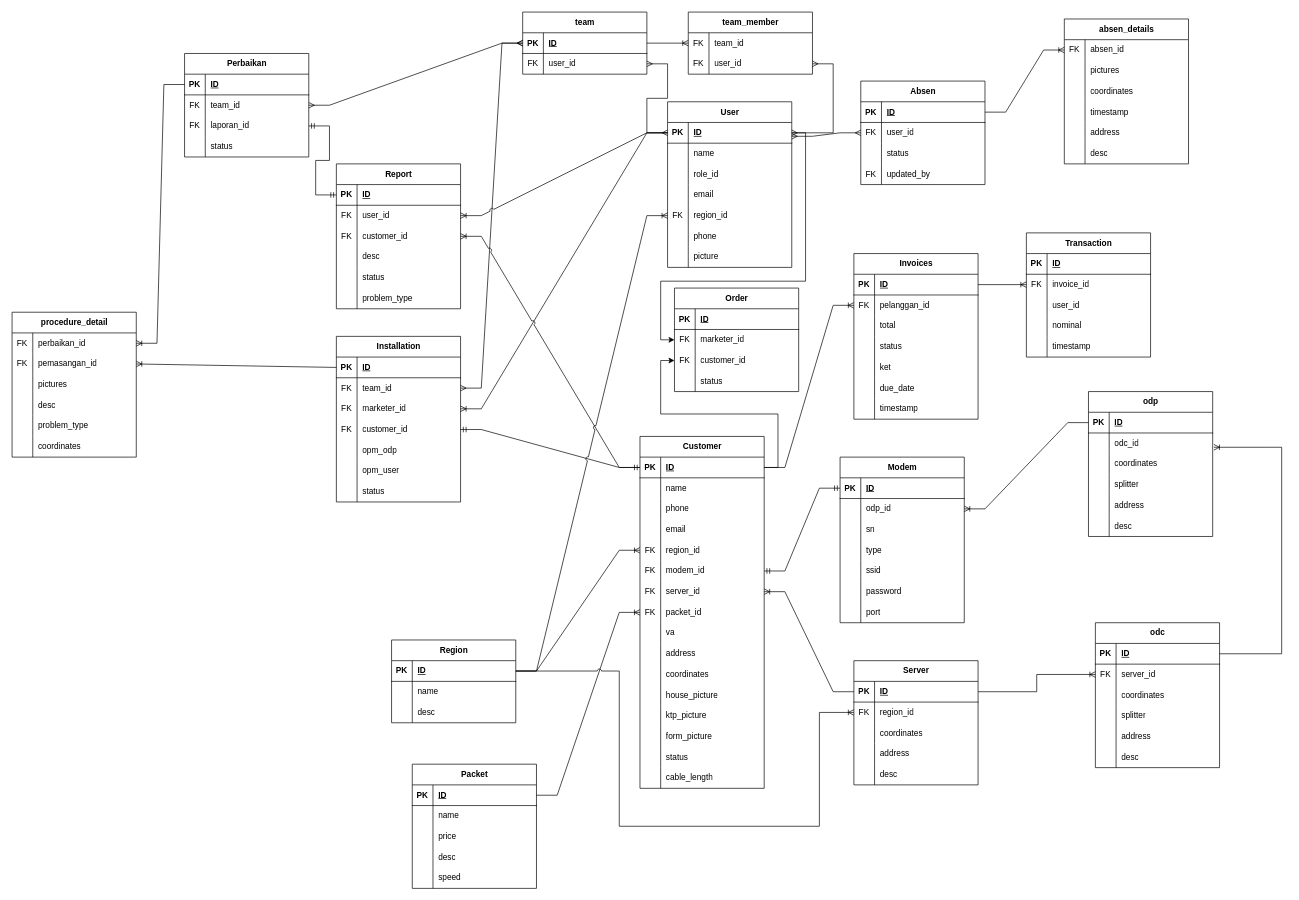
Before: Untitled Diagram.drawio in muhamadArdalepa/big-diagrams, a draw.io diagram. Source tidied: cells renumbered, new cells numbered last; positions are measured from the earlier drawing's top-left corner, leaving out a move shared by most shapes. Both pictures are drawn from the tidied source at 69%, with x=0, y=0 at pixel (12, 12).
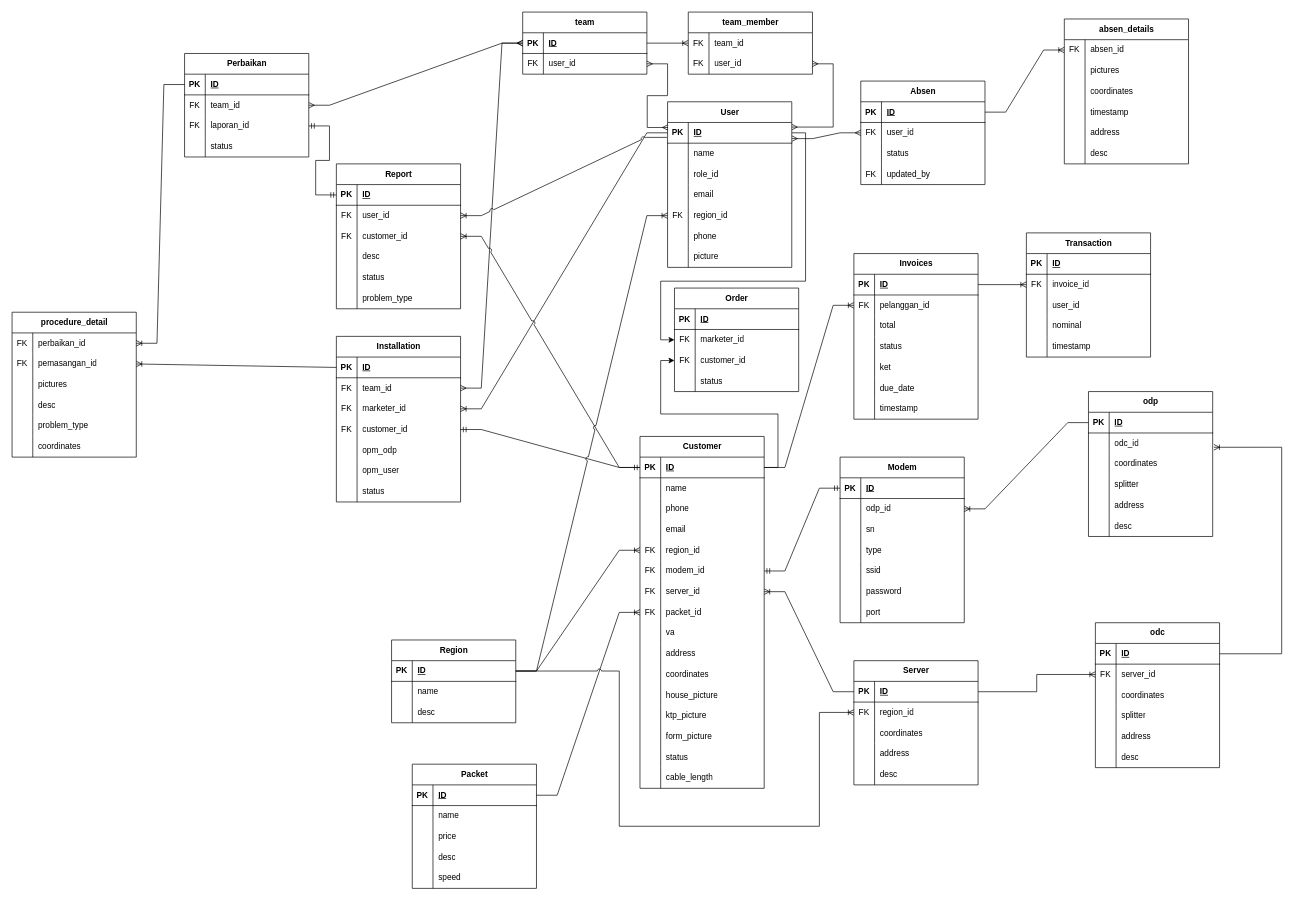
After the change.

The change refers to these unchanged cells:
```xml
<mxCell id="3" style="shape=tableRow;horizontal=0;startSize=0;swimlaneHead=0;swimlaneBody=0;fillColor=none;points=[[0,0.5],[1,0.5]];portConstraint=eastwest;top=0;left=0;right=0;bottom=1;" parent="2" vertex="1">
  <mxGeometry y="30" width="180" height="30" as="geometry" />
</mxCell>
<mxCell id="38" style="shape=tableRow;horizontal=0;startSize=0;swimlaneHead=0;swimlaneBody=0;fillColor=none;points=[[0,0.5],[1,0.5]];portConstraint=eastwest;top=0;left=0;right=0;bottom=0;" parent="34" vertex="1">
  <mxGeometry y="60" width="180" height="30" as="geometry" />
</mxCell>
<mxCell id="257" style="shape=tableRow;horizontal=0;startSize=0;swimlaneHead=0;swimlaneBody=0;fillColor=none;points=[[0,0.5],[1,0.5]];portConstraint=eastwest;top=0;left=0;right=0;bottom=0;" parent="253" vertex="1">
  <mxGeometry y="60" width="180" height="30" as="geometry" />
</mxCell>
<mxCell id="264" style="shape=tableRow;horizontal=0;startSize=0;swimlaneHead=0;swimlaneBody=0;fillColor=none;points=[[0,0.5],[1,0.5]];portConstraint=eastwest;top=0;left=0;right=0;bottom=0;" parent="260" vertex="1">
  <mxGeometry y="60" width="180" height="30" as="geometry" />
</mxCell>
<mxCell id="278" style="shape=tableRow;horizontal=0;startSize=0;swimlaneHead=0;swimlaneBody=0;fillColor=none;points=[[0,0.5],[1,0.5]];portConstraint=eastwest;top=0;left=0;right=0;bottom=0;" parent="274" vertex="1">
  <mxGeometry y="60" width="180" height="30" as="geometry" />
</mxCell>
```

Diff of the diagram source:
```diff
@@
-    <mxCell id="269" style="edgeStyle=entityRelationEdgeStyle;fontSize=12;html=1;endArrow=ERmany;startArrow=ERmany;rounded=0;labelBackgroundColor=default;strokeColor=default;align=center;verticalAlign=middle;fontFamily=Helvetica;fontColor=default;shape=connector;jumpStyle=arc;entryX=0;entryY=0.5;entryDx=0;entryDy=0;exitX=1;exitY=0.5;exitDx=0;exitDy=0;" parent="1" edge="1" source="257" target="3">
+    <mxCell id="269" style="edgeStyle=entityRelationEdgeStyle;fontSize=12;html=1;endArrow=ERmany;startArrow=ERmany;rounded=0;labelBackgroundColor=default;strokeColor=default;align=center;verticalAlign=middle;fontFamily=Helvetica;fontColor=default;shape=connector;jumpStyle=arc;entryX=0.003;entryY=0.242;entryDx=0;entryDy=0;exitX=1;exitY=0.5;exitDx=0;exitDy=0;entryPerimeter=0;" parent="1" edge="1" source="257" target="3">
       <mxGeometry relative="1" as="geometry" />
     </mxCell>
@@
-    <mxCell id="272" style="edgeStyle=entityRelationEdgeStyle;fontSize=12;html=1;endArrow=ERmany;startArrow=ERmany;rounded=0;labelBackgroundColor=default;strokeColor=default;align=center;verticalAlign=middle;fontFamily=Helvetica;fontColor=default;shape=connector;jumpStyle=arc;exitX=1;exitY=0.667;exitDx=0;exitDy=0;exitPerimeter=0;entryX=0;entryY=0.5;entryDx=0;entryDy=0;" parent="1" edge="1" source="3" target="38">
+    <mxCell id="272" style="edgeStyle=entityRelationEdgeStyle;fontSize=12;html=1;endArrow=ERmany;startArrow=ERmany;rounded=0;labelBackgroundColor=default;strokeColor=default;align=center;verticalAlign=middle;fontFamily=Helvetica;fontColor=default;shape=connector;jumpStyle=arc;entryX=0;entryY=0.5;entryDx=0;entryDy=0;exitX=1.001;exitY=0.78;exitDx=0;exitDy=0;exitPerimeter=0;" parent="1" edge="1" source="3" target="38">
       <mxGeometry relative="1" as="geometry" />
     </mxCell>
@@
-    <mxCell id="294" style="edgeStyle=entityRelationEdgeStyle;fontSize=12;html=1;endArrow=ERoneToMany;rounded=0;labelBackgroundColor=default;strokeColor=default;align=center;verticalAlign=middle;fontFamily=Helvetica;fontColor=default;shape=connector;jumpStyle=arc;exitX=0;exitY=0.5;exitDx=0;exitDy=0;entryX=1;entryY=0.5;entryDx=0;entryDy=0;" parent="1" edge="1" source="3" target="278">
+    <mxCell id="294" style="edgeStyle=entityRelationEdgeStyle;fontSize=12;html=1;endArrow=ERoneToMany;rounded=0;labelBackgroundColor=default;strokeColor=default;align=center;verticalAlign=middle;fontFamily=Helvetica;fontColor=default;shape=connector;jumpStyle=arc;exitX=-0.005;exitY=0.72;exitDx=0;exitDy=0;entryX=1;entryY=0.5;entryDx=0;entryDy=0;exitPerimeter=0;" parent="1" edge="1" source="3" target="278">
       <mxGeometry relative="1" as="geometry" />
     </mxCell>
@@
-    <mxCell id="369" style="edgeStyle=entityRelationEdgeStyle;fontSize=12;html=1;endArrow=ERmany;startArrow=ERmany;rounded=0;labelBackgroundColor=default;strokeColor=default;align=center;verticalAlign=middle;fontFamily=Helvetica;fontColor=default;shape=connector;jumpStyle=arc;exitX=1;exitY=0.5;exitDx=0;exitDy=0;" parent="1" edge="1" source="3" target="264">
+    <mxCell id="369" style="edgeStyle=entityRelationEdgeStyle;fontSize=12;html=1;endArrow=ERmany;startArrow=ERmany;rounded=0;labelBackgroundColor=default;strokeColor=default;align=center;verticalAlign=middle;fontFamily=Helvetica;fontColor=default;shape=connector;jumpStyle=arc;exitX=1;exitY=0.222;exitDx=0;exitDy=0;exitPerimeter=0;" parent="1" edge="1" source="3" target="264">
       <mxGeometry relative="1" as="geometry">
         <Array as="points">
           <mxPoint x="1200" y="90" />
           <mxPoint x="1180" y="110" />
           <mxPoint x="1190" y="150" />
         </Array>
       </mxGeometry>
     </mxCell>
```
